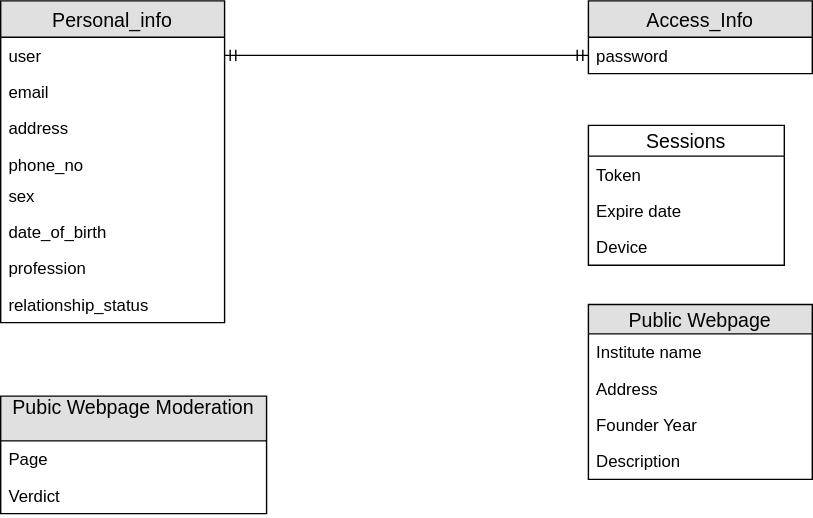
This is united_database_diagram_viewable.svg from mhsn06/projectA-database, a draw.io export, as it was before one commit. Source tidied: cells renumbered, new cells last; positions are measured from the earlier drawing's top-left corner, leaving out a move shared by most shapes. The source it was exported from:
```xml
<mxGraphModel>
  <root>
    <mxCell id="0" />
    <mxCell id="1" parent="0" />
    <mxCell id="2" value="Sessions" style="swimlane;fontStyle=0;horizontal=1;startSize=22;fillColor=none;swimlaneFillColor=#ffffff;align=center;fontSize=14;" parent="1" vertex="1">
      <mxGeometry x="420" y="89" width="140" height="100" as="geometry" />
    </mxCell>
    <mxCell id="3" value="Token" style="text;strokeColor=none;fillColor=none;spacingLeft=4;spacingRight=4;overflow=hidden;fontSize=12;" parent="2" vertex="1">
      <mxGeometry y="22" width="140" height="26" as="geometry" />
    </mxCell>
    <mxCell id="4" value="Expire date" style="text;strokeColor=none;fillColor=none;spacingLeft=4;spacingRight=4;overflow=hidden;points=[[0,0.5],[1,0.5]];portConstraint=eastwest;fontSize=12;" parent="2" vertex="1">
      <mxGeometry y="48" width="140" height="26" as="geometry" />
    </mxCell>
    <mxCell id="5" value="Device" style="text;strokeColor=none;fillColor=none;spacingLeft=4;spacingRight=4;overflow=hidden;fontSize=12;" parent="2" vertex="1">
      <mxGeometry y="74" width="140" height="26" as="geometry" />
    </mxCell>
    <mxCell id="6" value="Personal_info" style="swimlane;fontStyle=0;horizontal=1;startSize=26;fillColor=#e0e0e0;swimlaneFillColor=#ffffff;align=center;fontSize=14;" parent="1" vertex="1">
      <mxGeometry width="160" height="230" as="geometry" />
    </mxCell>
    <mxCell id="7" value="user" style="text;strokeColor=none;fillColor=none;spacingLeft=4;spacingRight=4;overflow=hidden;points=[[0,0.5],[1,0.5]];portConstraint=eastwest;fontSize=12;" parent="6" vertex="1">
      <mxGeometry y="26" width="160" height="26" as="geometry" />
    </mxCell>
    <mxCell id="8" value="email" style="text;strokeColor=none;fillColor=none;spacingLeft=4;spacingRight=4;overflow=hidden;points=[[0,0.5],[1,0.5]];portConstraint=eastwest;fontSize=12;" parent="6" vertex="1">
      <mxGeometry y="52" width="160" height="26" as="geometry" />
    </mxCell>
    <mxCell id="9" value="address" style="text;strokeColor=none;fillColor=none;spacingLeft=4;spacingRight=4;overflow=hidden;fontSize=12;" parent="6" vertex="1">
      <mxGeometry y="78" width="160" height="26" as="geometry" />
    </mxCell>
    <mxCell id="10" value="phone_no" style="text;strokeColor=none;fillColor=none;spacingLeft=4;spacingRight=4;overflow=hidden;fontSize=12;" parent="6" vertex="1">
      <mxGeometry y="104" width="160" height="22" as="geometry" />
    </mxCell>
    <mxCell id="11" value="sex" style="text;strokeColor=none;fillColor=none;spacingLeft=4;spacingRight=4;overflow=hidden;points=[[0,0.5],[1,0.5]];portConstraint=eastwest;fontSize=12;" parent="6" vertex="1">
      <mxGeometry y="126" width="160" height="26" as="geometry" />
    </mxCell>
    <mxCell id="12" value="date_of_birth" style="text;strokeColor=none;fillColor=none;spacingLeft=4;spacingRight=4;overflow=hidden;fontSize=12;" parent="6" vertex="1">
      <mxGeometry y="152" width="160" height="26" as="geometry" />
    </mxCell>
    <mxCell id="13" value="profession" style="text;strokeColor=none;fillColor=none;spacingLeft=4;spacingRight=4;overflow=hidden;fontSize=12;" parent="6" vertex="1">
      <mxGeometry y="178" width="160" height="26" as="geometry" />
    </mxCell>
    <mxCell id="14" value="relationship_status" style="text;strokeColor=none;fillColor=none;spacingLeft=4;spacingRight=4;overflow=hidden;fontSize=12;" parent="6" vertex="1">
      <mxGeometry y="204" width="160" height="26" as="geometry" />
    </mxCell>
    <mxCell id="15" value="Access_Info" style="swimlane;fontStyle=0;horizontal=1;startSize=26;fillColor=#e0e0e0;swimlaneFillColor=#ffffff;align=center;fontSize=14;" parent="1" vertex="1">
      <mxGeometry x="420" width="160" height="52" as="geometry" />
    </mxCell>
    <mxCell id="16" value="password" style="text;strokeColor=none;fillColor=none;spacingLeft=4;spacingRight=4;overflow=hidden;points=[[0,0.5],[1,0.5]];portConstraint=eastwest;fontSize=12;" parent="15" vertex="1">
      <mxGeometry y="26" width="160" height="26" as="geometry" />
    </mxCell>
    <mxCell id="17" style="edgeStyle=entityRelationEdgeStyle;fontSize=12;html=1;endArrow=ERmandOne;startArrow=ERmandOne;exitX=1;exitY=0.5;exitDx=0;exitDy=0;entryX=0;entryY=0.5;entryDx=0;entryDy=0;" parent="1" edge="1" source="7" target="16">
      <mxGeometry relative="1" as="geometry" />
    </mxCell>
    <mxCell id="18" value="Public Webpage" style="swimlane;fontStyle=0;horizontal=1;startSize=21;fillColor=#e0e0e0;swimlaneFillColor=#ffffff;align=center;fontSize=14;" parent="1" vertex="1">
      <mxGeometry x="420" y="217" width="160" height="125" as="geometry" />
    </mxCell>
    <mxCell id="19" value="Institute name" style="text;strokeColor=none;fillColor=none;spacingLeft=4;spacingRight=4;overflow=hidden;fontSize=12;" parent="18" vertex="1">
      <mxGeometry y="21" width="160" height="26" as="geometry" />
    </mxCell>
    <mxCell id="20" value="Address" style="text;strokeColor=none;fillColor=none;spacingLeft=4;spacingRight=4;overflow=hidden;fontSize=12;" parent="18" vertex="1">
      <mxGeometry y="47" width="160" height="26" as="geometry" />
    </mxCell>
    <mxCell id="21" value="Founder Year" style="text;strokeColor=none;fillColor=none;spacingLeft=4;spacingRight=4;overflow=hidden;points=[[0,0.5],[1,0.5]];portConstraint=eastwest;fontSize=12;" parent="18" vertex="1">
      <mxGeometry y="73" width="160" height="26" as="geometry" />
    </mxCell>
    <mxCell id="22" value="Description" style="text;strokeColor=none;fillColor=none;spacingLeft=4;spacingRight=4;overflow=hidden;points=[[0,0.5],[1,0.5]];portConstraint=eastwest;fontSize=12;" parent="18" vertex="1">
      <mxGeometry y="99" width="160" height="26" as="geometry" />
    </mxCell>
    <mxCell id="23" value="Pubic Webpage Moderation&#10;" style="swimlane;fontStyle=0;horizontal=1;startSize=32;fillColor=#e0e0e0;swimlaneFillColor=#ffffff;align=center;fontSize=14;" parent="1" vertex="1">
      <mxGeometry y="282.5" width="190" height="84" as="geometry" />
    </mxCell>
    <mxCell id="24" value="Page" style="text;strokeColor=none;fillColor=none;spacingLeft=4;spacingRight=4;overflow=hidden;points=[[0,0.5],[1,0.5]];portConstraint=eastwest;fontSize=12;" parent="23" vertex="1">
      <mxGeometry y="32" width="190" height="26" as="geometry" />
    </mxCell>
    <mxCell id="25" value="Verdict" style="text;strokeColor=none;fillColor=none;spacingLeft=4;spacingRight=4;overflow=hidden;fontSize=12;" parent="23" vertex="1">
      <mxGeometry y="58" width="190" height="26" as="geometry" />
    </mxCell>
  </root>
</mxGraphModel>
```
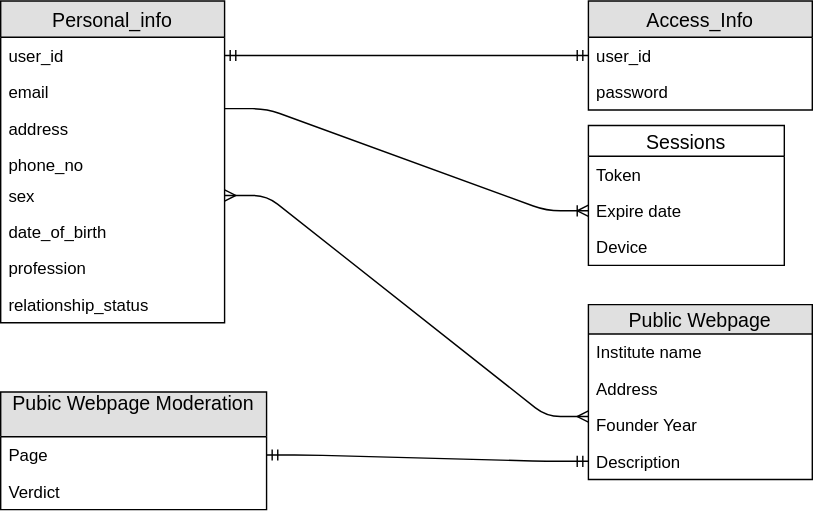
Later version of the same file.

Commit message:
added relation among the entity diagrams

Change to the diagram source:
```diff
@@ -17,7 +17,7 @@
     <mxCell id="6" value="Personal_info" style="swimlane;fontStyle=0;horizontal=1;startSize=26;fillColor=#e0e0e0;swimlaneFillColor=#ffffff;align=center;fontSize=14;" parent="1" vertex="1">
       <mxGeometry width="160" height="230" as="geometry" />
     </mxCell>
-    <mxCell id="7" value="user" style="text;strokeColor=none;fillColor=none;spacingLeft=4;spacingRight=4;overflow=hidden;points=[[0,0.5],[1,0.5]];portConstraint=eastwest;fontSize=12;" parent="6" vertex="1">
+    <mxCell id="7" value="user_id&#10;" style="text;strokeColor=none;fillColor=none;spacingLeft=4;spacingRight=4;overflow=hidden;points=[[0,0.5],[1,0.5]];portConstraint=eastwest;fontSize=12;" parent="6" vertex="1">
       <mxGeometry y="26" width="160" height="26" as="geometry" />
     </mxCell>
     <mxCell id="8" value="email" style="text;strokeColor=none;fillColor=none;spacingLeft=4;spacingRight=4;overflow=hidden;points=[[0,0.5],[1,0.5]];portConstraint=eastwest;fontSize=12;" parent="6" vertex="1">
@@ -42,14 +42,14 @@
       <mxGeometry y="204" width="160" height="26" as="geometry" />
     </mxCell>
     <mxCell id="15" value="Access_Info" style="swimlane;fontStyle=0;horizontal=1;startSize=26;fillColor=#e0e0e0;swimlaneFillColor=#ffffff;align=center;fontSize=14;" parent="1" vertex="1">
-      <mxGeometry x="420" width="160" height="52" as="geometry" />
+      <mxGeometry x="420" width="160" height="78" as="geometry" />
     </mxCell>
+    <mxCell id="26" value="user_id" style="text;strokeColor=none;fillColor=none;spacingLeft=4;spacingRight=4;overflow=hidden;points=[[0,0.5],[1,0.5]];portConstraint=eastwest;fontSize=12;" parent="15" vertex="1">
+      <mxGeometry y="26" width="160" height="26" as="geometry" />
+    </mxCell>
     <mxCell id="16" value="password" style="text;strokeColor=none;fillColor=none;spacingLeft=4;spacingRight=4;overflow=hidden;points=[[0,0.5],[1,0.5]];portConstraint=eastwest;fontSize=12;" parent="15" vertex="1">
-      <mxGeometry y="26" width="160" height="26" as="geometry" />
+      <mxGeometry y="52" width="160" height="26" as="geometry" />
     </mxCell>
-    <mxCell id="17" style="edgeStyle=entityRelationEdgeStyle;fontSize=12;html=1;endArrow=ERmandOne;startArrow=ERmandOne;exitX=1;exitY=0.5;exitDx=0;exitDy=0;entryX=0;entryY=0.5;entryDx=0;entryDy=0;" parent="1" edge="1" source="7" target="16">
-      <mxGeometry relative="1" as="geometry" />
-    </mxCell>
     <mxCell id="18" value="Public Webpage" style="swimlane;fontStyle=0;horizontal=1;startSize=21;fillColor=#e0e0e0;swimlaneFillColor=#ffffff;align=center;fontSize=14;" parent="1" vertex="1">
       <mxGeometry x="420" y="217" width="160" height="125" as="geometry" />
     </mxCell>
@@ -66,7 +66,7 @@
       <mxGeometry y="99" width="160" height="26" as="geometry" />
     </mxCell>
     <mxCell id="23" value="Pubic Webpage Moderation&#10;" style="swimlane;fontStyle=0;horizontal=1;startSize=32;fillColor=#e0e0e0;swimlaneFillColor=#ffffff;align=center;fontSize=14;" parent="1" vertex="1">
-      <mxGeometry y="282.5" width="190" height="84" as="geometry" />
+      <mxGeometry y="279.5" width="190" height="84" as="geometry" />
     </mxCell>
     <mxCell id="24" value="Page" style="text;strokeColor=none;fillColor=none;spacingLeft=4;spacingRight=4;overflow=hidden;points=[[0,0.5],[1,0.5]];portConstraint=eastwest;fontSize=12;" parent="23" vertex="1">
       <mxGeometry y="32" width="190" height="26" as="geometry" />
@@ -74,5 +74,17 @@
     <mxCell id="25" value="Verdict" style="text;strokeColor=none;fillColor=none;spacingLeft=4;spacingRight=4;overflow=hidden;fontSize=12;" parent="23" vertex="1">
       <mxGeometry y="58" width="190" height="26" as="geometry" />
     </mxCell>
+    <mxCell id="27" style="edgeStyle=entityRelationEdgeStyle;fontSize=12;html=1;endArrow=ERmandOne;startArrow=ERmandOne;exitX=1;exitY=0.5;exitDx=0;exitDy=0;entryX=0;entryY=0.5;entryDx=0;entryDy=0;" parent="1" edge="1" source="7" target="26">
+      <mxGeometry relative="1" as="geometry" />
+    </mxCell>
+    <mxCell id="28" style="edgeStyle=entityRelationEdgeStyle;fontSize=12;html=1;endArrow=ERoneToMany;exitX=1;exitY=0.962;exitDx=0;exitDy=0;exitPerimeter=0;" parent="1" edge="1" source="8" target="4">
+      <mxGeometry relative="1" as="geometry" />
+    </mxCell>
+    <mxCell id="29" style="edgeStyle=entityRelationEdgeStyle;fontSize=12;html=1;endArrow=ERmany;startArrow=ERmany;exitX=1;exitY=0.5;exitDx=0;exitDy=0;entryX=0;entryY=0.269;entryDx=0;entryDy=0;entryPerimeter=0;" parent="1" edge="1" source="11" target="21">
+      <mxGeometry relative="1" as="geometry" />
+    </mxCell>
+    <mxCell id="30" style="edgeStyle=entityRelationEdgeStyle;fontSize=12;html=1;endArrow=ERmandOne;startArrow=ERmandOne;entryX=0;entryY=0.5;entryDx=0;entryDy=0;" parent="1" edge="1" source="24" target="22">
+      <mxGeometry relative="1" as="geometry" />
+    </mxCell>
   </root>
 </mxGraphModel>
```
